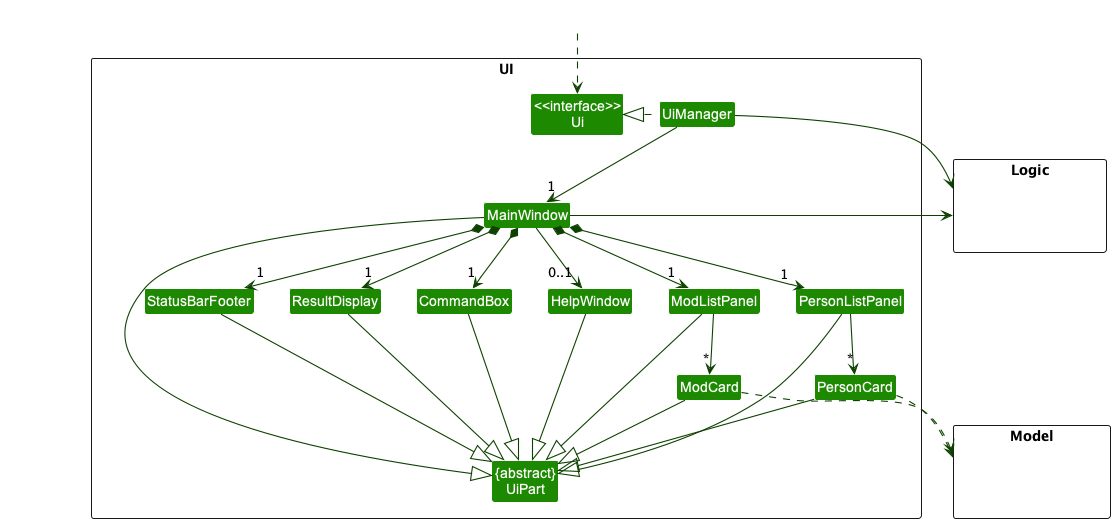
Before: docs/images/UiClassDiagram.png, a diagram exported from PlantUML (nus-cs2103-AY2223S1/tp).
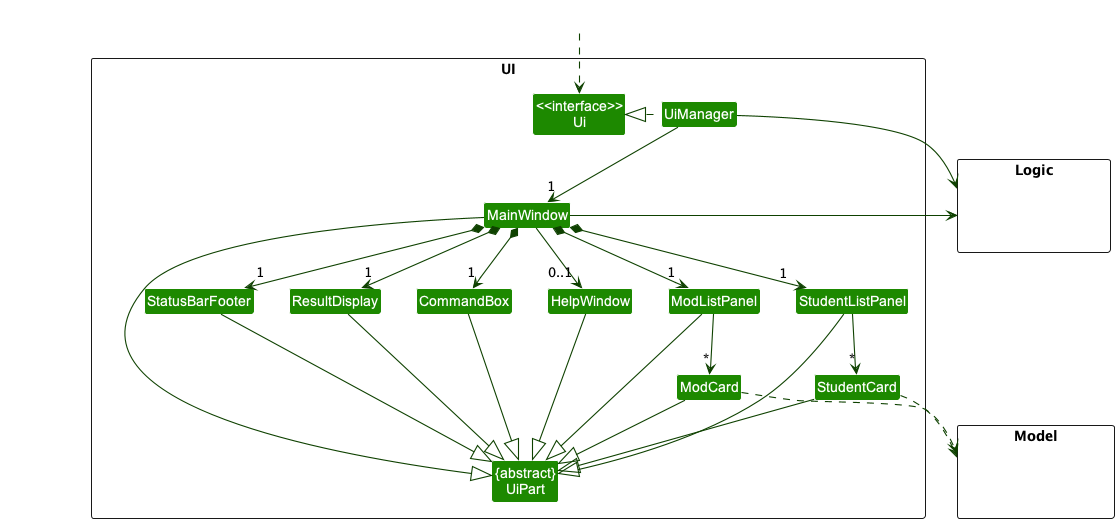
The same file after the commit.

The edit, as a diff of the source:
```diff
@@ -11,8 +11,8 @@
 Class MainWindow
 Class HelpWindow
 Class ResultDisplay
-Class PersonListPanel
-Class PersonCard
+Class StudentListPanel
+Class StudentCard
 Class ModListPanel
 Class ModCard
 Class StatusBarFooter
@@ -34,31 +34,31 @@
 UiManager -down-> "1" MainWindow
 MainWindow *-down->  "1" CommandBox
 MainWindow *-down-> "1" ResultDisplay
-MainWindow *-down-> "1" PersonListPanel
+MainWindow *-down-> "1" StudentListPanel
 MainWindow *-down-> "1" ModListPanel
 MainWindow *-down-> "1" StatusBarFooter
 MainWindow --> "0..1" HelpWindow
 
-PersonListPanel -down-> "*" PersonCard
+StudentListPanel -down-> "*" StudentCard
 ModListPanel -down-> "*" ModCard
 
 MainWindow -left-|> UiPart
 
 ResultDisplay --|> UiPart
 CommandBox --|> UiPart
-PersonListPanel --|> UiPart
+StudentListPanel --|> UiPart
 ModListPanel --|> UiPart
-PersonCard --|> UiPart
+StudentCard --|> UiPart
 ModCard --|> UiPart
 StatusBarFooter --|> UiPart
 HelpWindow --|> UiPart
 
-PersonCard ..> Model
+StudentCard ..> Model
 ModCard ..> Model
 UiManager -right-> Logic
 MainWindow -left-> Logic
 
-PersonListPanel -[hidden]left- HelpWindow
+StudentListPanel -[hidden]left- HelpWindow
 ModListPanel -[hidden]left- HelpWindow
 HelpWindow -[hidden]left- CommandBox
 CommandBox -[hidden]left- ResultDisplay
```
